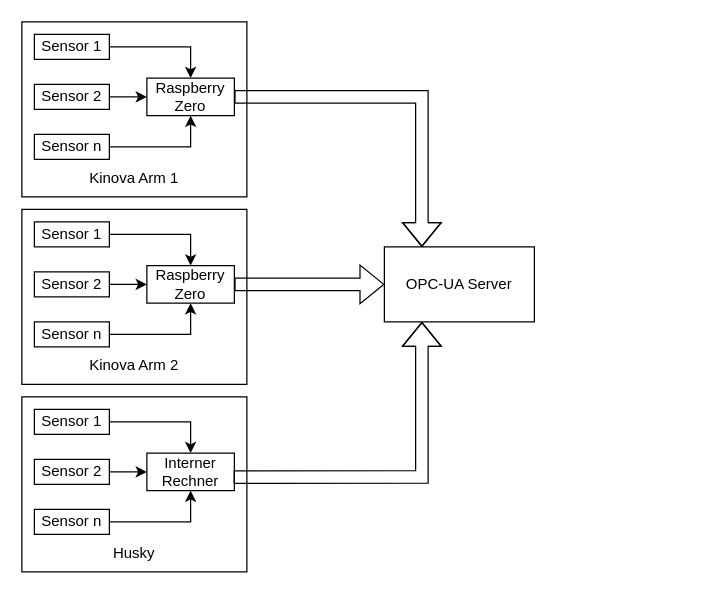
This is AufbauNeu.drawio from Feeee23/DrawIO, a draw.io file, before an edit. Source tidied: cells renumbered, new cells numbered last; positions are measured from the earlier drawing's top-left corner, leaving out a move shared by most shapes. Both pictures are drawn from the tidied source at 125%, with x=0, y=0 at pixel (21, 21).
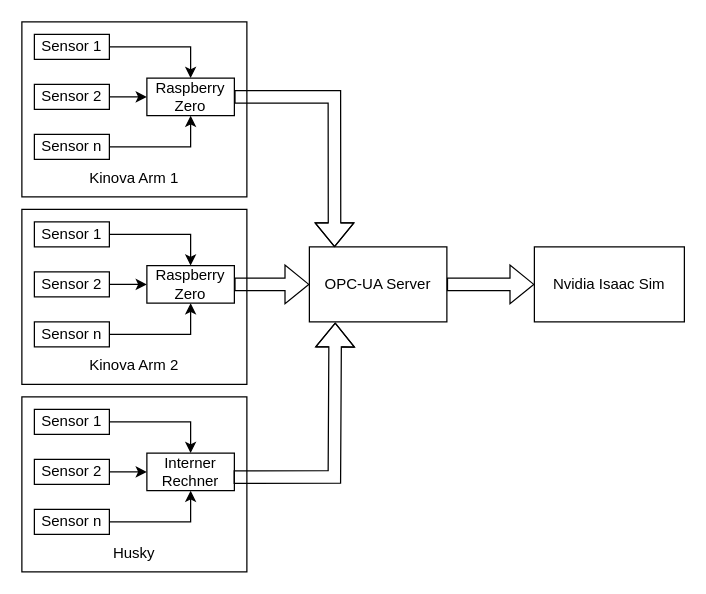
The same diagram, later.

Unchanged cells that the change refers to:
```xml
<mxCell id="9" value="Raspberry Zero" style="rounded=0;whiteSpace=wrap;html=1;" parent="1" vertex="1">
  <mxGeometry x="100" y="45" width="70" height="30" as="geometry" />
</mxCell>
<mxCell id="27" value="Interner Rechner" style="rounded=0;whiteSpace=wrap;html=1;" parent="1" vertex="1">
  <mxGeometry x="100" y="345" width="70" height="30" as="geometry" />
</mxCell>
```

The edit, as a diff of the source:
```diff
@@
     <mxCell id="29" value="OPC-UA Server" style="rounded=0;whiteSpace=wrap;html=1;" parent="1" vertex="1">
-      <mxGeometry x="290" y="180" width="120" height="60" as="geometry" />
+      <mxGeometry x="230" y="180" width="110" height="60" as="geometry" />
     </mxCell>
-    <mxCell id="30" style="shape=flexArrow;endArrow=classic;html=1;rounded=0;exitX=0.991;exitY=0.641;exitDx=0;exitDy=0;exitPerimeter=0;entryX=0.25;entryY=1;entryDx=0;entryDy=0;" parent="1" edge="1" source="27" target="29">
+    <mxCell id="30" style="shape=flexArrow;endArrow=classic;html=1;rounded=0;exitX=0.991;exitY=0.641;exitDx=0;exitDy=0;exitPerimeter=0;entryX=0.188;entryY=1.009;entryDx=0;entryDy=0;entryPerimeter=0;" parent="1" edge="1" source="27" target="29">
       <mxGeometry relative="1" as="geometry">
         <Array as="points">
-          <mxPoint x="320" y="364" />
+          <mxPoint x="250" y="364" />
         </Array>
       </mxGeometry>
     </mxCell>
-    <mxCell id="31" style="shape=flexArrow;endArrow=classic;html=1;rounded=0;entryX=0.25;entryY=0;entryDx=0;entryDy=0;exitX=1;exitY=0.5;exitDx=0;exitDy=0;" parent="1" edge="1" source="9" target="29">
+    <mxCell id="31" style="shape=flexArrow;endArrow=classic;html=1;rounded=0;exitX=1;exitY=0.5;exitDx=0;exitDy=0;entryX=0.183;entryY=0.004;entryDx=0;entryDy=0;entryPerimeter=0;" parent="1" edge="1" source="9" target="29">
       <mxGeometry relative="1" as="geometry">
         <Array as="points">
-          <mxPoint x="320" y="60" />
+          <mxPoint x="250" y="60" />
         </Array>
       </mxGeometry>
     </mxCell>
@@
+    <mxCell id="33" value="Nvidia Isaac Sim" style="rounded=0;whiteSpace=wrap;html=1;" parent="1" vertex="1">
+      <mxGeometry x="410" y="180" width="120" height="60" as="geometry" />
+    </mxCell>
+    <mxCell id="34" style="shape=flexArrow;endArrow=classic;html=1;rounded=0;exitX=1;exitY=0.5;exitDx=0;exitDy=0;entryX=0;entryY=0.5;entryDx=0;entryDy=0;" parent="1" edge="1" source="29" target="33">
+      <mxGeometry relative="1" as="geometry" />
+    </mxCell>
```
